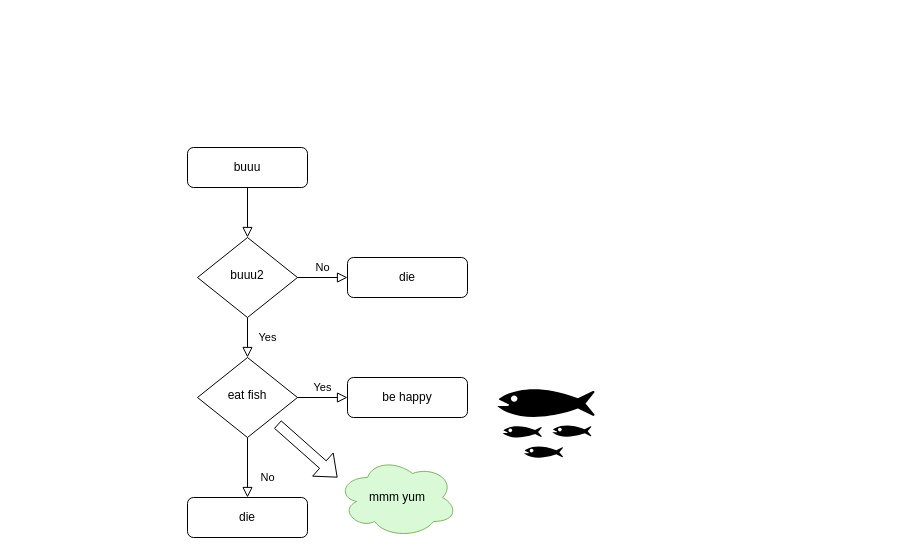
Before: iPCoD flowchart.drawio in SMRU-Consulting-Github/LearningiPCoD, a draw.io diagram. Source tidied: cells renumbered, new cells numbered last; positions are measured from the earlier drawing's top-left corner, leaving out a move shared by most shapes. Both pictures are drawn from the tidied source at 100%, with x=0, y=0 at pixel (187, 147).
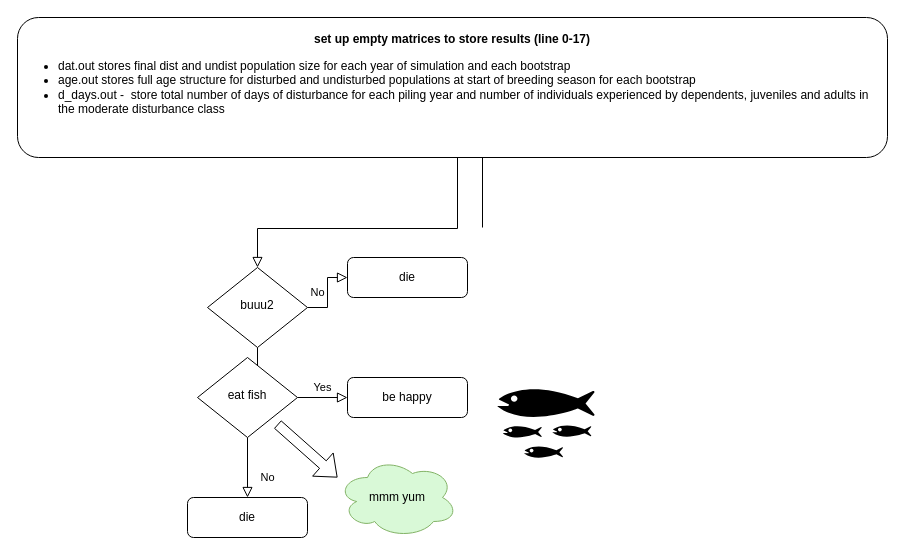
After the change.

Diff of the diagram source:
```diff
@@
 <mxGraphModel>
   <root>
     <mxCell id="0" />
     <mxCell id="1" parent="0" />
-    <mxCell id="2" style="rounded=0;html=1;jettySize=auto;fontSize=11;endArrow=block;endFill=0;endSize=8;strokeWidth=1;shadow=0;labelBackgroundColor=none;edgeStyle=orthogonalEdgeStyle;" parent="1" edge="1" source="3" target="6">
-      <mxGeometry relative="1" as="geometry" />
+    <mxCell id="2" style="rounded=0;html=1;jettySize=auto;fontSize=11;endArrow=block;endFill=0;endSize=8;strokeWidth=1;shadow=0;labelBackgroundColor=none;edgeStyle=orthogonalEdgeStyle;" parent="1" edge="1" target="6">
+      <mxGeometry relative="1" as="geometry">
+        <mxPoint x="295" y="80" as="sourcePoint" />
+        <Array as="points">
+          <mxPoint x="295" y="-40" />
+          <mxPoint x="270" y="-40" />
+          <mxPoint x="270" y="81" />
+          <mxPoint x="70" y="81" />
+        </Array>
+      </mxGeometry>
     </mxCell>
-    <mxCell id="3" value="buuu" style="rounded=1;whiteSpace=wrap;html=1;fontSize=12;glass=0;strokeWidth=1;shadow=0;" parent="1" vertex="1">
-      <mxGeometry width="120" height="40" as="geometry" />
+    <mxCell id="3" value="&lt;div&gt;&lt;b&gt;set up empty matrices to store results (line 0-17)&lt;/b&gt;&lt;/div&gt;&lt;div align=&quot;left&quot;&gt;&lt;ul&gt;&lt;li&gt;dat.out stores final dist and undist population size for each year of simulation and each bootstrap&lt;/li&gt;&lt;li&gt;age.out stores full age structure for disturbed and undisturbed populations at start of breeding season for each bootstrap&lt;/li&gt;&lt;li&gt;d_days.out -&amp;nbsp; store total number of days of disturbance for each piling year and number of individuals experienced by dependents, juveniles and adults in the moderate disturbance class&lt;/li&gt;&lt;/ul&gt;&lt;/div&gt;&lt;div align=&quot;left&quot;&gt;&lt;br&gt;&lt;/div&gt;" style="rounded=1;whiteSpace=wrap;html=1;fontSize=12;glass=0;strokeWidth=1;shadow=0;" parent="1" vertex="1">
+      <mxGeometry x="-170" y="-130" width="870" height="140" as="geometry" />
     </mxCell>
     <mxCell id="4" value="Yes" style="rounded=0;html=1;jettySize=auto;fontSize=11;endArrow=block;endFill=0;endSize=8;strokeWidth=1;shadow=0;labelBackgroundColor=none;edgeStyle=orthogonalEdgeStyle;" parent="1" edge="1" source="6" target="10">
       <mxGeometry y="20" relative="1" as="geometry" />
     </mxCell>
     <mxCell id="5" value="No" style="edgeStyle=orthogonalEdgeStyle;rounded=0;html=1;jettySize=auto;fontSize=11;endArrow=block;endFill=0;endSize=8;strokeWidth=1;shadow=0;labelBackgroundColor=none;" parent="1" edge="1" source="6" target="7">
       <mxGeometry y="10" relative="1" as="geometry" />
     </mxCell>
     <mxCell id="6" value="buuu2" style="rhombus;whiteSpace=wrap;html=1;shadow=0;fontFamily=Helvetica;fontSize=12;align=center;strokeWidth=1;spacing=6;spacingTop=-4;" parent="1" vertex="1">
-      <mxGeometry x="10" y="90" width="100" height="80" as="geometry" />
+      <mxGeometry x="20" y="120" width="100" height="80" as="geometry" />
     </mxCell>
     <mxCell id="7" value="die" style="rounded=1;whiteSpace=wrap;html=1;fontSize=12;glass=0;strokeWidth=1;shadow=0;" parent="1" vertex="1">
       <mxGeometry x="160" y="110" width="120" height="40" as="geometry" />
     </mxCell>
     <mxCell id="8" value="No" style="rounded=0;html=1;jettySize=auto;fontSize=11;endArrow=block;endFill=0;endSize=8;strokeWidth=1;shadow=0;labelBackgroundColor=none;edgeStyle=orthogonalEdgeStyle;" parent="1" edge="1" source="10" target="11">
       <mxGeometry x="0.33" y="20" relative="1" as="geometry" />
     </mxCell>
     <mxCell id="9" value="Yes" style="edgeStyle=orthogonalEdgeStyle;rounded=0;html=1;jettySize=auto;fontSize=11;endArrow=block;endFill=0;endSize=8;strokeWidth=1;shadow=0;labelBackgroundColor=none;" parent="1" edge="1" source="10" target="12">
       <mxGeometry y="10" relative="1" as="geometry" />
     </mxCell>
     <mxCell id="10" value="eat fish" style="rhombus;whiteSpace=wrap;html=1;shadow=0;fontFamily=Helvetica;fontSize=12;align=center;strokeWidth=1;spacing=6;spacingTop=-4;" parent="1" vertex="1">
       <mxGeometry x="10" y="210" width="100" height="80" as="geometry" />
     </mxCell>
     <mxCell id="11" value="die" style="rounded=1;whiteSpace=wrap;html=1;fontSize=12;glass=0;strokeWidth=1;shadow=0;" parent="1" vertex="1">
       <mxGeometry y="350" width="120" height="40" as="geometry" />
     </mxCell>
     <mxCell id="12" value="be happy" style="rounded=1;whiteSpace=wrap;html=1;fontSize=12;glass=0;strokeWidth=1;shadow=0;" parent="1" vertex="1">
       <mxGeometry x="160" y="230" width="120" height="40" as="geometry" />
     </mxCell>
     <mxCell id="13" value="mmm yum" style="ellipse;shape=cloud;whiteSpace=wrap;html=1;fillColor=#d9f9d7;strokeColor=#82b366;" parent="1" vertex="1">
       <mxGeometry x="150" y="310" width="120" height="80" as="geometry" />
     </mxCell>
     <mxCell id="14" style="shape=flexArrow;endArrow=classic;html=1;rounded=0;" parent="1" edge="1">
       <mxGeometry relative="1" as="geometry">
         <mxPoint x="90" y="276.8" as="sourcePoint" />
         <mxPoint x="150" y="330" as="targetPoint" />
       </mxGeometry>
     </mxCell>
     <mxCell id="15" style="shape=mxgraph.signs.animals.fish_hatchery;html=1;fillColor=#000000;strokeColor=none;verticalLabelPosition=bottom;verticalAlign=top;align=center;" parent="1" vertex="1">
       <mxGeometry x="310" y="230" width="97" height="85" as="geometry" />
     </mxCell>
   </root>
 </mxGraphModel>
```
